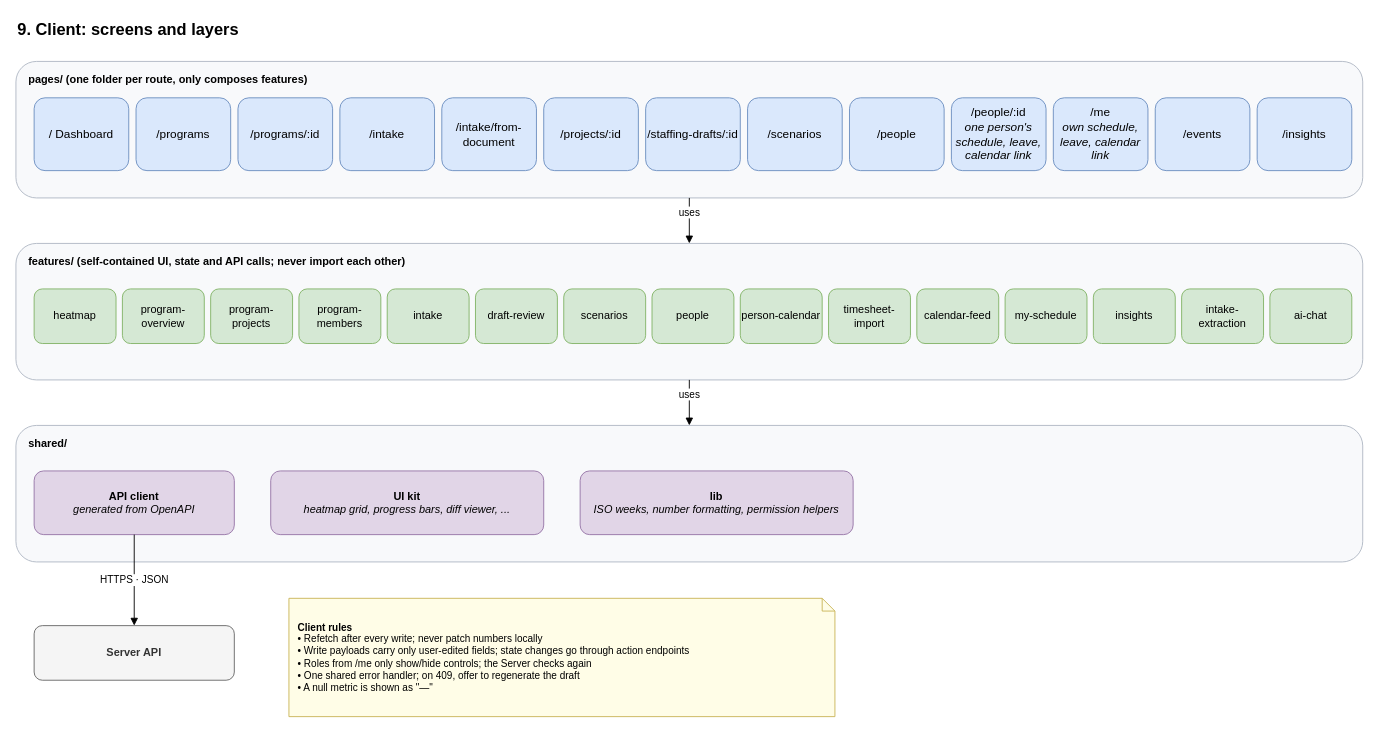
Earlier version of the draw.io diagram page "9. Client" (9 of 9) of docs/architecture.drawio (dophnamm/the-slot-finder). Source tidied: cells renumbered, new cells numbered last; positions are measured from the earlier drawing's top-left corner, leaving out a move shared by most shapes. Both pictures are drawn from the tidied source at 91%, with x=0, y=0 at pixel (15, 15).
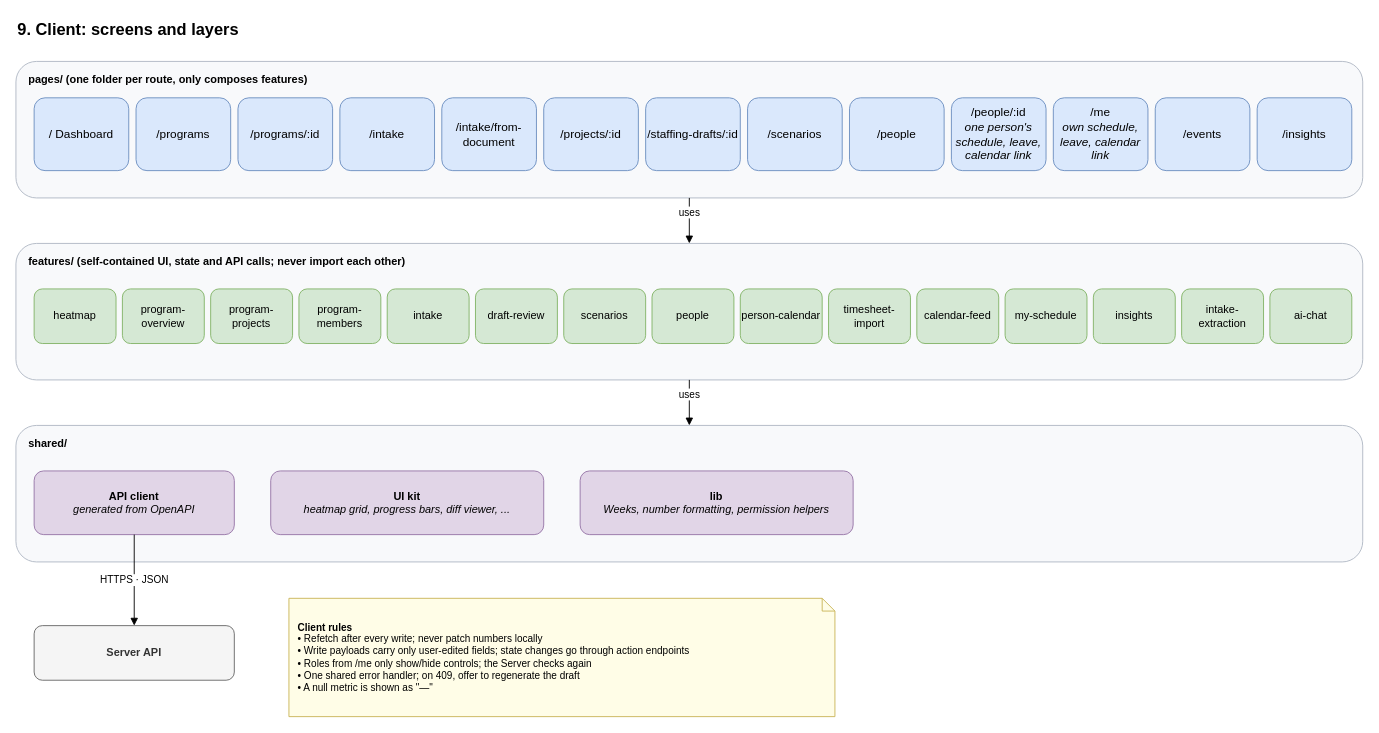
Above is the later version.

The edit, as a diff of the source:
```diff
@@
-    <mxCell id="36" value="&lt;b&gt;lib&lt;/b&gt;&lt;br&gt;&lt;i&gt;ISO weeks, number formatting, permission helpers&lt;/i&gt;" style="rounded=1;whiteSpace=wrap;html=1;fillColor=#e1d5e7;strokeColor=#9673a6;" parent="1" vertex="1">
+    <mxCell id="36" value="&lt;b&gt;lib&lt;/b&gt;&lt;br&gt;&lt;i&gt;Weeks, number formatting, permission helpers&lt;/i&gt;" style="rounded=1;whiteSpace=wrap;html=1;fillColor=#e1d5e7;strokeColor=#9673a6;" parent="1" vertex="1">
       <mxGeometry x="620" y="500" width="300" height="70" as="geometry" />
     </mxCell>
```
